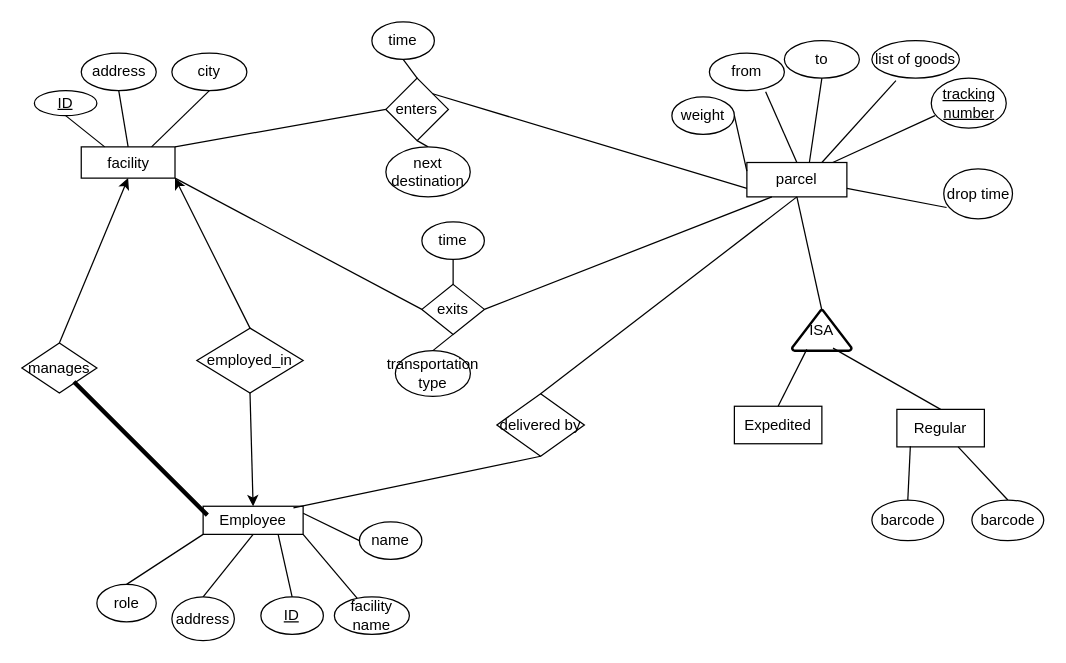
Ahmed-S7/Assignment_1 keeps this draw.io diagram as Assignment 1 ER Diagram.drawio. Above is the earlier version. Source tidied: cells renumbered, new cells numbered last; positions are measured from the earlier drawing's top-left corner, leaving out a move shared by most shapes. Both pictures are drawn from the tidied source at 125%, with x=0, y=0 at pixel (21, 21).
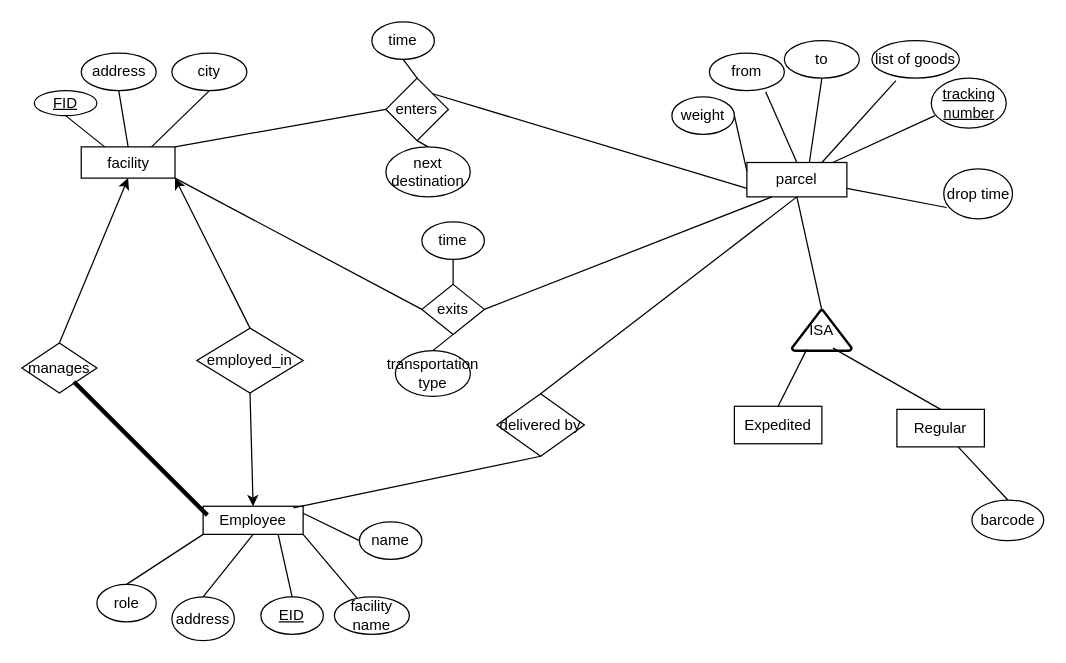
The same diagram, later.

The change refers to these unchanged cells:
```xml
<mxCell id="20" value="Regular" style="rounded=0;whiteSpace=wrap;html=1;" parent="1" vertex="1">
  <mxGeometry x="700" y="310" width="70" height="30" as="geometry" />
</mxCell>
```

The edit, as a diff of the source:
```diff
@@
-    <mxCell id="4" value="&lt;u&gt;ID&lt;/u&gt;" style="ellipse;whiteSpace=wrap;html=1;" parent="1" vertex="1">
+    <mxCell id="4" value="&lt;u&gt;FID&lt;/u&gt;" style="ellipse;whiteSpace=wrap;html=1;" parent="1" vertex="1">
       <mxGeometry x="10" y="55" width="50" height="20" as="geometry" />
     </mxCell>
@@
-    <mxCell id="52" value="ID" style="ellipse;whiteSpace=wrap;html=1;strokeColor=default;align=center;verticalAlign=middle;fontFamily=Helvetica;fontSize=12;fontColor=default;fillColor=default;fontStyle=4;" parent="1" vertex="1">
+    <mxCell id="52" value="EID" style="ellipse;whiteSpace=wrap;html=1;strokeColor=default;align=center;verticalAlign=middle;fontFamily=Helvetica;fontSize=12;fontColor=default;fillColor=default;fontStyle=4;" parent="1" vertex="1">
       <mxGeometry x="191.2" y="460" width="50" height="30" as="geometry" />
     </mxCell>
@@
-    <mxCell id="58" style="endArrow=none;html=1;rounded=0;fontFamily=Helvetica;fontSize=12;fontColor=default;entryX=0.154;entryY=0.983;entryDx=0;entryDy=0;entryPerimeter=0;exitX=0.5;exitY=0;exitDx=0;exitDy=0;" parent="1" edge="1" source="59" target="20">
-      <mxGeometry relative="1" as="geometry" />
-    </mxCell>
-    <mxCell id="59" value="barcode" style="ellipse;whiteSpace=wrap;html=1;strokeColor=default;align=center;verticalAlign=middle;fontFamily=Helvetica;fontSize=12;fontColor=default;fillColor=default;" parent="1" vertex="1">
-      <mxGeometry x="680" y="382.5" width="57.5" height="32.5" as="geometry" />
-    </mxCell>
@@
-    <mxCell id="65" style="edgeStyle=none;rounded=0;orthogonalLoop=1;jettySize=auto;html=1;exitX=1;exitY=0;exitDx=0;exitDy=0;fontFamily=Helvetica;fontSize=12;fontColor=default;" parent="1" edge="1" source="59" target="59">
-      <mxGeometry relative="1" as="geometry" />
+    <mxCell id="65" style="edgeStyle=none;rounded=0;orthogonalLoop=1;jettySize=auto;html=1;exitX=1;exitY=0;exitDx=0;exitDy=0;fontFamily=Helvetica;fontSize=12;fontColor=default;" parent="1" edge="1">
+      <mxGeometry relative="1" as="geometry">
+        <mxPoint x="729" y="387.2" as="sourcePoint" />
+        <mxPoint x="729.4" y="387.4" as="targetPoint" />
+      </mxGeometry>
     </mxCell>
```
